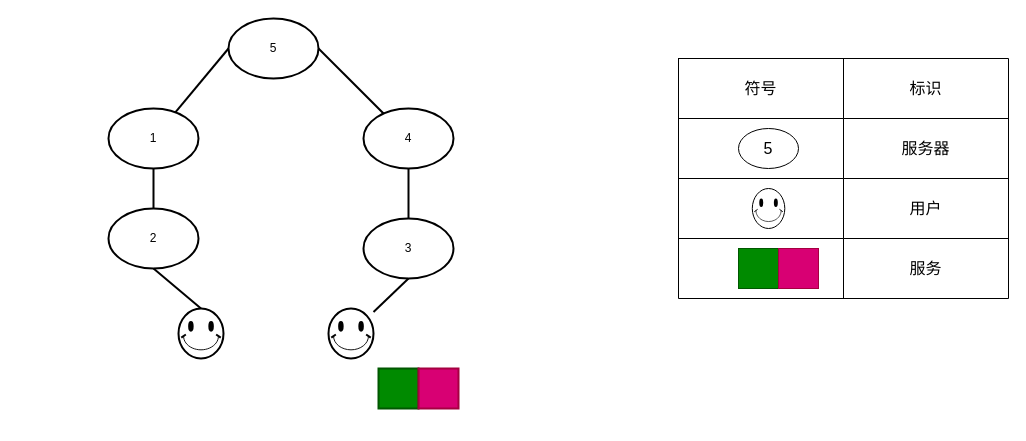
Above: 最大流网络构建图1.drawio in 1211198003/t (draw.io), before the change. Source tidied: cells renumbered, new cells numbered last; positions are measured from the earlier drawing's top-left corner, leaving out a move shared by most shapes. Both pictures are drawn from the tidied source at 100%, with x=0, y=0 at pixel (108, 18).
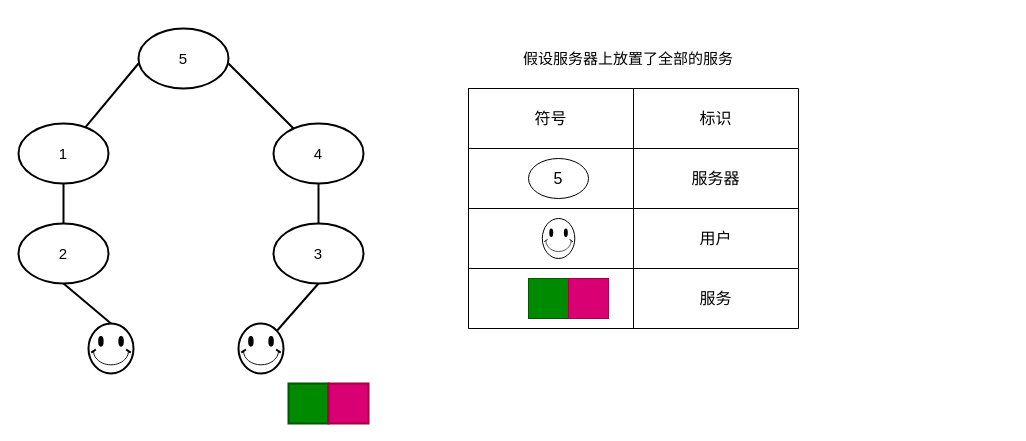
The same page after the edit.

Commit message (it also covers changes not shown here):
更新最大流网络构建图1.drawio

The edit, as a diff of the source:
```diff
@@
-    <mxCell id="2" value="5" style="ellipse;whiteSpace=wrap;html=1;strokeWidth=2;" parent="1" vertex="1">
-      <mxGeometry x="120" width="90" height="60" as="geometry" />
+    <mxCell id="2" value="5" style="ellipse;whiteSpace=wrap;html=1;strokeWidth=2;fontSize=15;" parent="1" vertex="1">
+      <mxGeometry x="30" y="10" width="90" height="60" as="geometry" />
     </mxCell>
-    <mxCell id="3" style="rounded=0;jettySize=auto;html=1;entryX=0;entryY=0.5;entryDx=0;entryDy=0;endArrow=none;startFill=0;strokeWidth=2;" parent="1" edge="1" source="4" target="2">
-      <mxGeometry relative="1" as="geometry" />
+    <mxCell id="3" style="rounded=0;jettySize=auto;html=1;entryX=0;entryY=0.5;entryDx=0;entryDy=0;endArrow=none;startFill=0;strokeWidth=2;fontSize=15;" parent="1" edge="1" source="4">
+      <mxGeometry relative="1" as="geometry">
+        <mxPoint x="30" y="45" as="targetPoint" />
+      </mxGeometry>
     </mxCell>
-    <mxCell id="4" value="1" style="ellipse;whiteSpace=wrap;html=1;strokeWidth=2;" parent="1" vertex="1">
-      <mxGeometry y="90" width="90" height="60" as="geometry" />
+    <mxCell id="4" value="1" style="ellipse;whiteSpace=wrap;html=1;strokeWidth=2;fontSize=15;" parent="1" vertex="1">
+      <mxGeometry x="-90" y="105" width="90" height="60" as="geometry" />
     </mxCell>
-    <mxCell id="5" style="rounded=0;jettySize=auto;html=1;entryX=1;entryY=0.5;entryDx=0;entryDy=0;endArrow=none;startFill=0;strokeWidth=2;" parent="1" edge="1" source="7" target="2">
-      <mxGeometry relative="1" as="geometry" />
+    <mxCell id="5" style="rounded=0;jettySize=auto;html=1;entryX=1;entryY=0.5;entryDx=0;entryDy=0;endArrow=none;startFill=0;strokeWidth=2;fontSize=15;" parent="1" edge="1" source="7">
+      <mxGeometry relative="1" as="geometry">
+        <mxPoint x="120" y="45" as="targetPoint" />
+      </mxGeometry>
     </mxCell>
-    <mxCell id="6" style="rounded=0;jettySize=auto;html=1;entryX=0.5;entryY=0;entryDx=0;entryDy=0;endArrow=none;startFill=0;strokeWidth=2;" parent="1" edge="1" source="7" target="10">
+    <mxCell id="6" style="rounded=0;jettySize=auto;html=1;entryX=0.5;entryY=0;entryDx=0;entryDy=0;endArrow=none;startFill=0;strokeWidth=2;fontSize=15;" parent="1" edge="1" source="7" target="10">
       <mxGeometry relative="1" as="geometry" />
     </mxCell>
-    <mxCell id="7" value="4" style="ellipse;whiteSpace=wrap;html=1;strokeWidth=2;" parent="1" vertex="1">
-      <mxGeometry x="255" y="90" width="90" height="60" as="geometry" />
+    <mxCell id="7" value="4" style="ellipse;whiteSpace=wrap;html=1;strokeWidth=2;fontSize=15;" parent="1" vertex="1">
+      <mxGeometry x="165" y="105" width="90" height="60" as="geometry" />
     </mxCell>
-    <mxCell id="8" style="rounded=0;jettySize=auto;html=1;endArrow=none;startFill=0;strokeWidth=2;" parent="1" edge="1" source="9" target="4">
+    <mxCell id="8" style="rounded=0;jettySize=auto;html=1;endArrow=none;startFill=0;strokeWidth=2;fontSize=15;" parent="1" edge="1" source="9" target="4">
       <mxGeometry relative="1" as="geometry" />
     </mxCell>
-    <mxCell id="9" value="2" style="ellipse;whiteSpace=wrap;html=1;strokeWidth=2;" parent="1" vertex="1">
-      <mxGeometry y="190" width="90" height="60" as="geometry" />
+    <mxCell id="9" value="2" style="ellipse;whiteSpace=wrap;html=1;strokeWidth=2;fontSize=15;" parent="1" vertex="1">
+      <mxGeometry x="-90" y="205" width="90" height="60" as="geometry" />
     </mxCell>
-    <mxCell id="10" value="3" style="ellipse;whiteSpace=wrap;html=1;strokeWidth=2;" parent="1" vertex="1">
-      <mxGeometry x="255" y="200" width="90" height="60" as="geometry" />
+    <mxCell id="10" value="3" style="ellipse;whiteSpace=wrap;html=1;strokeWidth=2;fontSize=15;" parent="1" vertex="1">
+      <mxGeometry x="165" y="205" width="90" height="60" as="geometry" />
     </mxCell>
     <mxCell id="11" style="whiteSpace=wrap;html=1;fillColor=#008a00;fontColor=#ffffff;strokeColor=#005700;strokeWidth=2;" parent="1" vertex="1">
-      <mxGeometry x="270" y="350" width="40" height="40" as="geometry" />
+      <mxGeometry x="180" y="365" width="40" height="40" as="geometry" />
     </mxCell>
@@
     <mxCell id="13" style="verticalLabelPosition=bottom;verticalAlign=top;html=1;shape=mxgraph.basic.smiley;strokeWidth=2;" parent="1" vertex="1">
-      <mxGeometry x="70" y="290" width="45" height="50" as="geometry" />
+      <mxGeometry x="-20" y="305" width="45" height="50" as="geometry" />
     </mxCell>
-    <mxCell id="14" style="rounded=0;jettySize=auto;html=1;entryX=0.5;entryY=1;entryDx=0;entryDy=0;endArrow=none;startFill=0;strokeWidth=2;" parent="1" edge="1" source="15" target="10">
+    <mxCell id="14" style="rounded=0;jettySize=auto;html=1;entryX=0.5;entryY=1;entryDx=0;entryDy=0;endArrow=none;startFill=0;strokeWidth=2;exitX=0.855;exitY=0.145;exitDx=0;exitDy=0;exitPerimeter=0;" parent="1" edge="1" source="15" target="10">
       <mxGeometry relative="1" as="geometry" />
     </mxCell>
     <mxCell id="15" style="verticalLabelPosition=bottom;verticalAlign=top;html=1;shape=mxgraph.basic.smiley;strokeWidth=2;" parent="1" vertex="1">
-      <mxGeometry x="220" y="290" width="45" height="50" as="geometry" />
+      <mxGeometry x="130" y="305" width="45" height="50" as="geometry" />
     </mxCell>
     <mxCell id="16" style="whiteSpace=wrap;html=1;fillColor=#d80073;fontColor=#ffffff;strokeColor=#A50040;strokeWidth=2;" parent="1" vertex="1">
-      <mxGeometry x="310" y="350" width="40" height="40" as="geometry" />
+      <mxGeometry x="220" y="365" width="40" height="40" as="geometry" />
     </mxCell>
     <mxCell id="17" style="shape=table;startSize=0;childLayout=tableLayout;strokeWidth=1;fontSize=16;" parent="1" vertex="1">
-      <mxGeometry x="570" y="40" width="330" height="240" as="geometry" />
+      <mxGeometry x="360" y="70" width="330" height="240" as="geometry" />
     </mxCell>
@@
     <mxCell id="30" value="5" style="ellipse;whiteSpace=wrap;html=1;strokeWidth=1;fontSize=16;" parent="1" vertex="1">
-      <mxGeometry x="630" y="110" width="60" height="40" as="geometry" />
+      <mxGeometry x="420" y="140" width="60" height="40" as="geometry" />
     </mxCell>
     <mxCell id="31" style="verticalLabelPosition=bottom;verticalAlign=top;html=1;shape=mxgraph.basic.smiley;strokeWidth=1;fontSize=16;" parent="1" vertex="1">
-      <mxGeometry x="643.8" y="170" width="32.5" height="40" as="geometry" />
+      <mxGeometry x="433.8" y="200" width="32.5" height="40" as="geometry" />
     </mxCell>
     <mxCell id="32" style="whiteSpace=wrap;html=1;fillColor=#008a00;fontColor=#ffffff;strokeColor=#005700;strokeWidth=1;fontSize=16;" parent="1" vertex="1">
-      <mxGeometry x="630" y="230" width="40" height="40" as="geometry" />
+      <mxGeometry x="420" y="260" width="40" height="40" as="geometry" />
     </mxCell>
     <mxCell id="33" style="whiteSpace=wrap;html=1;fillColor=#d80073;fontColor=#ffffff;strokeColor=#A50040;strokeWidth=1;fontSize=16;" parent="1" vertex="1">
-      <mxGeometry x="670" y="230" width="40" height="40" as="geometry" />
+      <mxGeometry x="460" y="260" width="40" height="40" as="geometry" />
     </mxCell>
+    <mxCell id="34" value="假设服务器上放置了全部的服务" style="text;strokeColor=none;align=center;fillColor=none;html=1;verticalAlign=middle;whiteSpace=wrap;rounded=0;fontSize=15;" parent="1" vertex="1">
+      <mxGeometry x="400" y="30" width="240" height="20" as="geometry" />
+    </mxCell>
```
